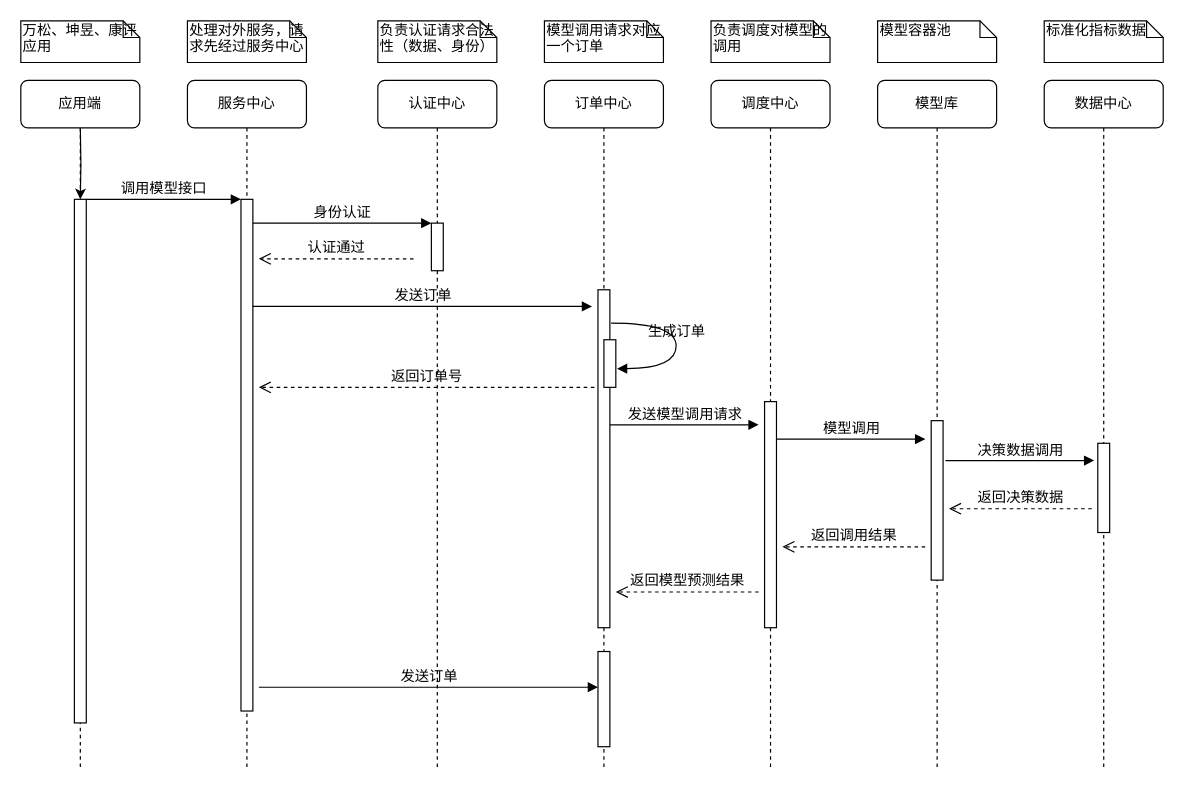
Earlier version of the draw.io diagram Untitled Diagram.drawio (jingmingcn/drawio). Source tidied: cells renumbered, new cells numbered last; positions are measured from the earlier drawing's top-left corner, leaving out a move shared by most shapes. Both pictures are drawn from the tidied source at 119%, with x=0, y=0 at pixel (20, 20).
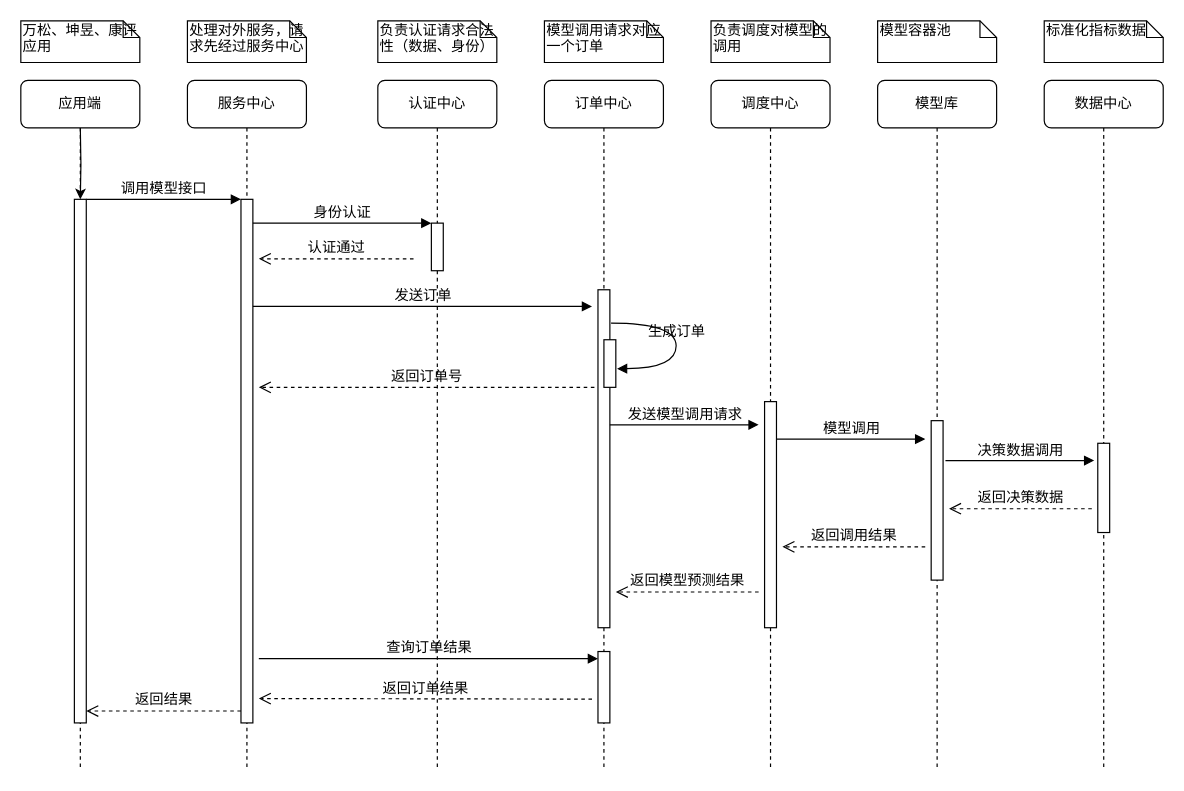
The same diagram, later.

The change refers to these unchanged cells:
```xml
<mxCell id="2" value="服务中心" style="shape=umlLifeline;perimeter=lifelinePerimeter;whiteSpace=wrap;html=1;rounded=1;shadow=0;comic=0;labelBackgroundColor=none;strokeWidth=1;fontFamily=Verdana;fontSize=12;align=center;" parent="1" vertex="1">
  <mxGeometry x="140" y="50" width="100" height="580" as="geometry" />
</mxCell>
```

Diff of the diagram source:
```diff
@@
     <mxCell id="3" style="html=1;points=[];perimeter=orthogonalPerimeter;rounded=0;shadow=0;comic=0;labelBackgroundColor=none;strokeWidth=1;fontFamily=Verdana;fontSize=12;align=center;" parent="2" vertex="1">
-      <mxGeometry x="45" y="100" width="10" height="430" as="geometry" />
+      <mxGeometry x="45" y="100" width="10" height="440" as="geometry" />
     </mxCell>
+    <mxCell id="39" value="返回结果" style="html=1;verticalAlign=bottom;endArrow=open;dashed=1;endSize=8;labelBackgroundColor=none;fontFamily=Verdana;fontSize=12;edgeStyle=elbowEdgeStyle;elbow=horizontal;" parent="2" edge="1">
+      <mxGeometry relative="1" as="geometry">
+        <mxPoint x="45" y="530" as="sourcePoint" />
+        <mxPoint x="-85" y="530" as="targetPoint" />
+        <Array as="points">
+          <mxPoint x="-10" y="530" />
+          <mxPoint x="20" y="530" />
+        </Array>
+      </mxGeometry>
+    </mxCell>
@@
-    <mxCell id="37" value="发送订单" style="html=1;verticalAlign=bottom;endArrow=block;labelBackgroundColor=none;fontFamily=Verdana;fontSize=12;edgeStyle=elbowEdgeStyle;elbow=vertical;" parent="1" edge="1">
+    <mxCell id="37" value="查询订单结果" style="html=1;verticalAlign=bottom;endArrow=block;labelBackgroundColor=none;fontFamily=Verdana;fontSize=12;edgeStyle=elbowEdgeStyle;elbow=horizontal;" parent="1" edge="1">
       <mxGeometry relative="1" as="geometry">
-        <mxPoint x="200" y="560" as="sourcePoint" />
-        <mxPoint x="485" y="560" as="targetPoint" />
+        <mxPoint x="200" y="536" as="sourcePoint" />
+        <mxPoint x="485" y="536" as="targetPoint" />
       </mxGeometry>
     </mxCell>
     <mxCell id="38" style="html=1;perimeter=orthogonalPerimeter;rounded=0;shadow=0;comic=0;labelBackgroundColor=none;strokeWidth=1;fontFamily=Verdana;fontSize=12;align=center;" parent="1" vertex="1">
-      <mxGeometry x="485" y="530" width="10" height="80" as="geometry" />
+      <mxGeometry x="485" y="530" width="10" height="60" as="geometry" />
     </mxCell>
+    <mxCell id="40" value="返回订单结果" style="html=1;verticalAlign=bottom;endArrow=open;dashed=1;endSize=8;labelBackgroundColor=none;fontFamily=Verdana;fontSize=12;" parent="1" edge="1">
+      <mxGeometry relative="1" as="geometry">
+        <mxPoint x="480" y="570" as="sourcePoint" />
+        <mxPoint x="200" y="569.5" as="targetPoint" />
+      </mxGeometry>
+    </mxCell>
```
